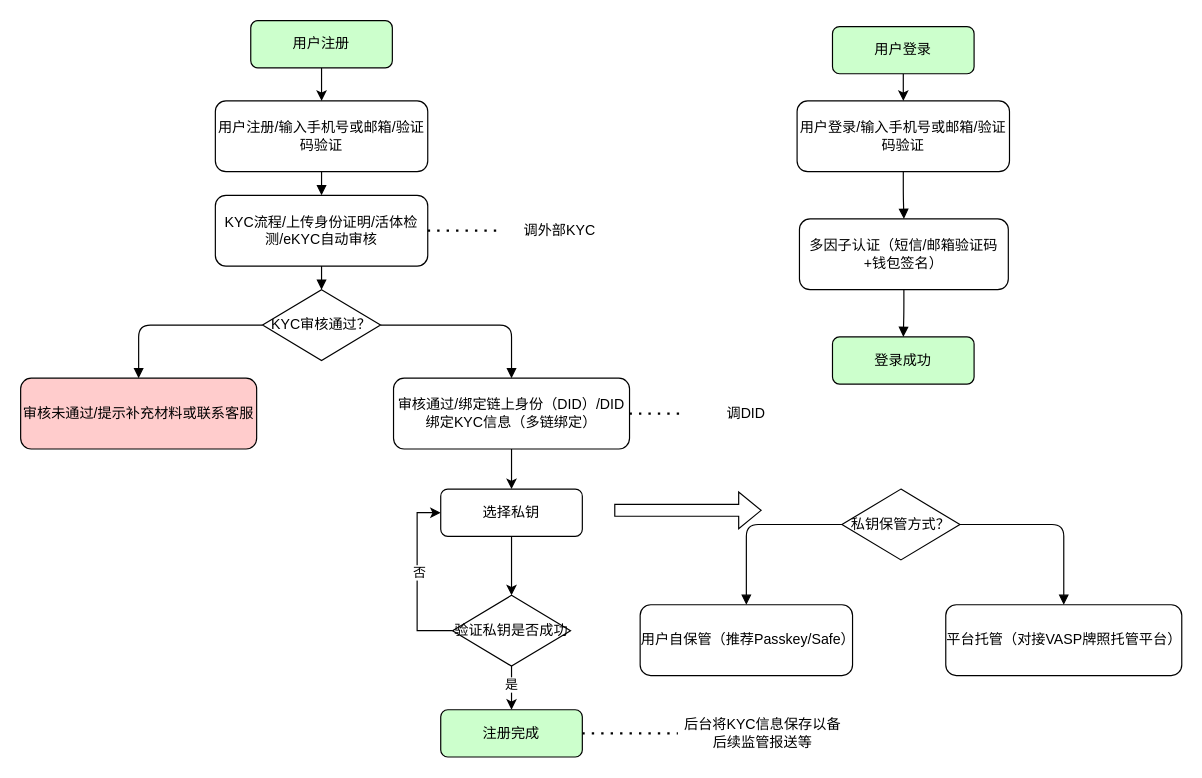
Before: userlogin.drawio in mingzhenliu/doc, a draw.io diagram. Source tidied: cells renumbered, new cells numbered last; positions are measured from the earlier drawing's top-left corner, leaving out a move shared by most shapes. Both pictures are drawn from the tidied source at 118%, with x=0, y=0 at pixel (20, 20).
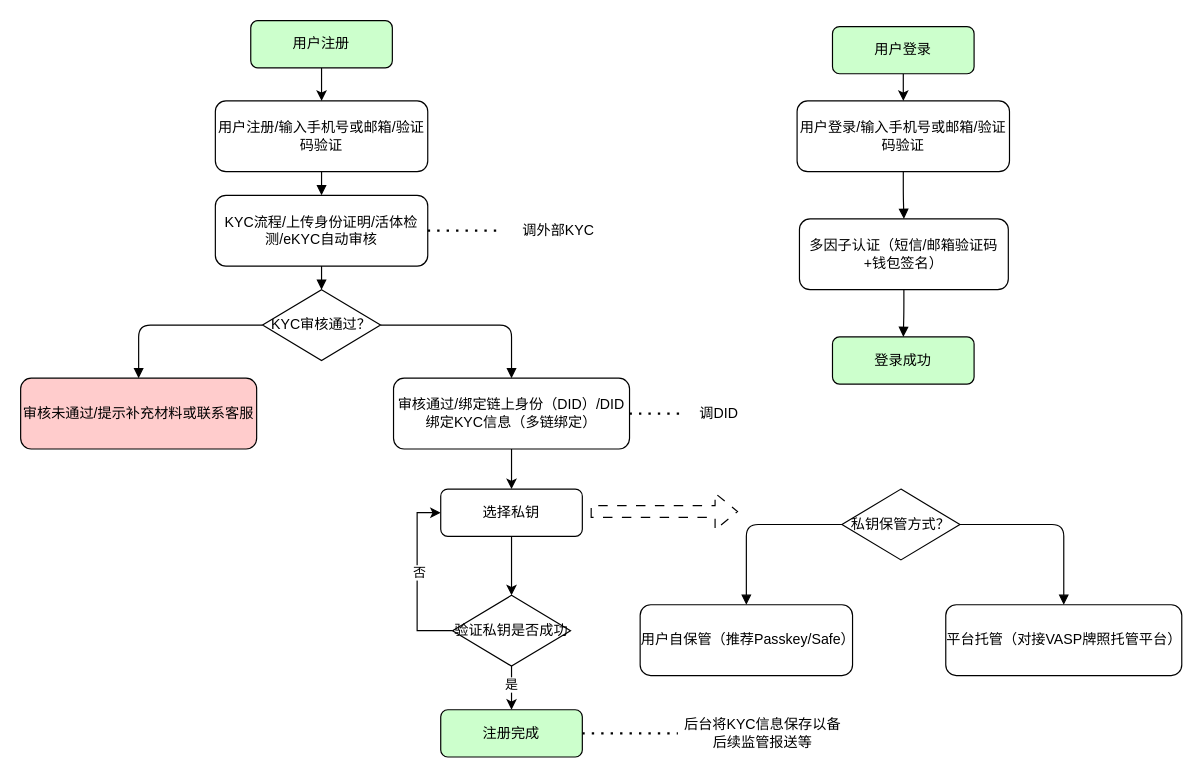
The same page after the edit.

The edit, as a diff of the source:
```diff
@@
-    <mxCell id="25" style="shape=flexArrow;endArrow=classic;html=1;rounded=0;" parent="1" edge="1">
+    <mxCell id="25" style="shape=flexArrow;endArrow=classic;html=1;rounded=0;dashed=1;dashPattern=8 8;" parent="1" edge="1">
       <mxGeometry relative="1" as="geometry">
-        <mxPoint x="503" y="415" as="sourcePoint" />
-        <mxPoint x="628" y="415" as="targetPoint" />
+        <mxPoint x="483" y="416" as="sourcePoint" />
+        <mxPoint x="608" y="416" as="targetPoint" />
       </mxGeometry>
     </mxCell>
@@
     <mxCell id="35" value="调外部KYC" style="text;html=1;align=center;verticalAlign=middle;whiteSpace=wrap;rounded=0;" parent="1" vertex="1">
-      <mxGeometry x="408" y="163" width="98" height="30" as="geometry" />
+      <mxGeometry x="407" y="163" width="98" height="30" as="geometry" />
     </mxCell>
@@
     <mxCell id="38" value="调DID" style="text;html=1;align=center;verticalAlign=middle;whiteSpace=wrap;rounded=0;" parent="1" vertex="1">
-      <mxGeometry x="566" y="318" width="98" height="30" as="geometry" />
+      <mxGeometry x="543" y="318" width="98" height="30" as="geometry" />
     </mxCell>
```
